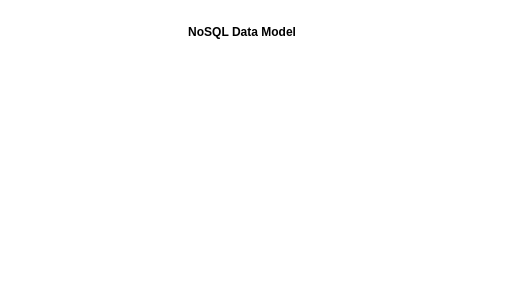
This is page "nosql_data_model" (2 of 3) of 2_database_design_impl/assets/exercise_db_design_impl.drawio from alejandro56664-2/final-project-intro-ds-2022-1, a draw.io file, before an edit. Source tidied: cells renumbered, new cells numbered last; positions are measured from the earlier drawing's top-left corner, leaving out a move shared by most shapes. Both pictures are drawn from the tidied source at 100%, with x=0, y=0 at pixel (127, 17).
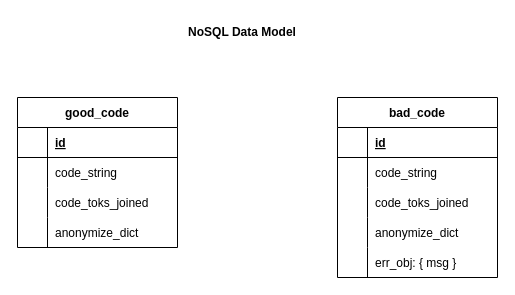
The same diagram, later.

The edit, as a diff of the source:
```diff
@@
+    <mxCell id="3" value="good_code" style="shape=table;startSize=30;childLayout=tableLayout;rowLines=0;fontStyle=1;align=center;" parent="1" vertex="1">
+      <mxGeometry x="-110" y="80" width="160" height="150" as="geometry" />
+    </mxCell>
+    <mxCell id="4" style="shape=tableRow;horizontal=0;startSize=0;swimlaneHead=0;swimlaneBody=0;fillColor=none;top=0;left=0;right=0;bottom=1;" parent="3" vertex="1">
+      <mxGeometry y="30" width="160" height="30" as="geometry" />
+    </mxCell>
+    <mxCell id="5" style="shape=partialRectangle;fillColor=none;top=0;left=0;bottom=0;right=0;fontStyle=1;overflow=hidden;" parent="4" vertex="1">
+      <mxGeometry width="30" height="30" as="geometry" />
+    </mxCell>
+    <mxCell id="6" value="id" style="shape=partialRectangle;fillColor=none;top=0;left=0;bottom=0;right=0;align=left;spacingLeft=6;fontStyle=5;overflow=hidden;" parent="4" vertex="1">
+      <mxGeometry x="30" width="130" height="30" as="geometry" />
+    </mxCell>
+    <mxCell id="7" style="shape=tableRow;horizontal=0;startSize=0;swimlaneHead=0;swimlaneBody=0;fillColor=none;top=0;left=0;right=0;bottom=0;" parent="3" vertex="1">
+      <mxGeometry y="60" width="160" height="30" as="geometry" />
+    </mxCell>
+    <mxCell id="8" style="shape=partialRectangle;fillColor=none;top=0;left=0;bottom=0;right=0;overflow=hidden;" parent="7" vertex="1">
+      <mxGeometry width="30" height="30" as="geometry" />
+    </mxCell>
+    <mxCell id="9" value="code_string" style="shape=partialRectangle;fillColor=none;top=0;left=0;bottom=0;right=0;align=left;spacingLeft=6;overflow=hidden;" parent="7" vertex="1">
+      <mxGeometry x="30" width="130" height="30" as="geometry" />
+    </mxCell>
+    <mxCell id="10" style="shape=tableRow;horizontal=0;startSize=0;swimlaneHead=0;swimlaneBody=0;fillColor=none;top=0;left=0;right=0;bottom=0;" parent="3" vertex="1">
+      <mxGeometry y="90" width="160" height="30" as="geometry" />
+    </mxCell>
+    <mxCell id="11" style="shape=partialRectangle;fillColor=none;top=0;left=0;bottom=0;right=0;overflow=hidden;" parent="10" vertex="1">
+      <mxGeometry width="30" height="30" as="geometry" />
+    </mxCell>
+    <mxCell id="12" value="code_toks_joined" style="shape=partialRectangle;fillColor=none;top=0;left=0;bottom=0;right=0;align=left;spacingLeft=6;overflow=hidden;" parent="10" vertex="1">
+      <mxGeometry x="30" width="130" height="30" as="geometry" />
+    </mxCell>
+    <mxCell id="13" style="shape=tableRow;horizontal=0;startSize=0;swimlaneHead=0;swimlaneBody=0;fillColor=none;top=0;left=0;right=0;bottom=0;" parent="3" vertex="1">
+      <mxGeometry y="120" width="160" height="30" as="geometry" />
+    </mxCell>
+    <mxCell id="14" style="shape=partialRectangle;fillColor=none;top=0;left=0;bottom=0;right=0;overflow=hidden;" parent="13" vertex="1">
+      <mxGeometry width="30" height="30" as="geometry" />
+    </mxCell>
+    <mxCell id="15" value="anonymize_dict" style="shape=partialRectangle;fillColor=none;top=0;left=0;bottom=0;right=0;align=left;spacingLeft=6;overflow=hidden;" parent="13" vertex="1">
+      <mxGeometry x="30" width="130" height="30" as="geometry" />
+    </mxCell>
+    <mxCell id="16" value="bad_code" style="shape=table;startSize=30;childLayout=tableLayout;rowLines=0;fontStyle=1;align=center;" parent="1" vertex="1">
+      <mxGeometry x="210" y="80" width="160" height="180" as="geometry" />
+    </mxCell>
+    <mxCell id="17" style="shape=tableRow;horizontal=0;startSize=0;swimlaneHead=0;swimlaneBody=0;fillColor=none;top=0;left=0;right=0;bottom=1;" parent="16" vertex="1">
+      <mxGeometry y="30" width="160" height="30" as="geometry" />
+    </mxCell>
+    <mxCell id="18" style="shape=partialRectangle;fillColor=none;top=0;left=0;bottom=0;right=0;fontStyle=1;overflow=hidden;" parent="17" vertex="1">
+      <mxGeometry width="30" height="30" as="geometry" />
+    </mxCell>
+    <mxCell id="19" value="id" style="shape=partialRectangle;fillColor=none;top=0;left=0;bottom=0;right=0;align=left;spacingLeft=6;fontStyle=5;overflow=hidden;" parent="17" vertex="1">
+      <mxGeometry x="30" width="130" height="30" as="geometry" />
+    </mxCell>
+    <mxCell id="20" style="shape=tableRow;horizontal=0;startSize=0;swimlaneHead=0;swimlaneBody=0;fillColor=none;top=0;left=0;right=0;bottom=0;" parent="16" vertex="1">
+      <mxGeometry y="60" width="160" height="30" as="geometry" />
+    </mxCell>
+    <mxCell id="21" style="shape=partialRectangle;fillColor=none;top=0;left=0;bottom=0;right=0;overflow=hidden;" parent="20" vertex="1">
+      <mxGeometry width="30" height="30" as="geometry" />
+    </mxCell>
+    <mxCell id="22" value="code_string" style="shape=partialRectangle;fillColor=none;top=0;left=0;bottom=0;right=0;align=left;spacingLeft=6;overflow=hidden;" parent="20" vertex="1">
+      <mxGeometry x="30" width="130" height="30" as="geometry" />
+    </mxCell>
+    <mxCell id="23" style="shape=tableRow;horizontal=0;startSize=0;swimlaneHead=0;swimlaneBody=0;fillColor=none;top=0;left=0;right=0;bottom=0;" parent="16" vertex="1">
+      <mxGeometry y="90" width="160" height="30" as="geometry" />
+    </mxCell>
+    <mxCell id="24" style="shape=partialRectangle;fillColor=none;top=0;left=0;bottom=0;right=0;overflow=hidden;" parent="23" vertex="1">
+      <mxGeometry width="30" height="30" as="geometry" />
+    </mxCell>
+    <mxCell id="25" value="code_toks_joined" style="shape=partialRectangle;fillColor=none;top=0;left=0;bottom=0;right=0;align=left;spacingLeft=6;overflow=hidden;" parent="23" vertex="1">
+      <mxGeometry x="30" width="130" height="30" as="geometry" />
+    </mxCell>
+    <mxCell id="26" style="shape=tableRow;horizontal=0;startSize=0;swimlaneHead=0;swimlaneBody=0;fillColor=none;top=0;left=0;right=0;bottom=0;" parent="16" vertex="1">
+      <mxGeometry y="120" width="160" height="30" as="geometry" />
+    </mxCell>
+    <mxCell id="27" style="shape=partialRectangle;fillColor=none;top=0;left=0;bottom=0;right=0;overflow=hidden;" parent="26" vertex="1">
+      <mxGeometry width="30" height="30" as="geometry" />
+    </mxCell>
+    <mxCell id="28" value="anonymize_dict" style="shape=partialRectangle;fillColor=none;top=0;left=0;bottom=0;right=0;align=left;spacingLeft=6;overflow=hidden;" parent="26" vertex="1">
+      <mxGeometry x="30" width="130" height="30" as="geometry" />
+    </mxCell>
+    <mxCell id="29" style="shape=tableRow;horizontal=0;startSize=0;swimlaneHead=0;swimlaneBody=0;fillColor=none;top=0;left=0;right=0;bottom=0;" parent="16" vertex="1">
+      <mxGeometry y="150" width="160" height="30" as="geometry" />
+    </mxCell>
+    <mxCell id="30" style="shape=partialRectangle;fillColor=none;top=0;left=0;bottom=0;right=0;overflow=hidden;" parent="29" vertex="1">
+      <mxGeometry width="30" height="30" as="geometry" />
+    </mxCell>
+    <mxCell id="31" value="err_obj: { msg }" style="shape=partialRectangle;fillColor=none;top=0;left=0;bottom=0;right=0;align=left;spacingLeft=6;overflow=hidden;" parent="29" vertex="1">
+      <mxGeometry x="30" width="130" height="30" as="geometry" />
+    </mxCell>
```
